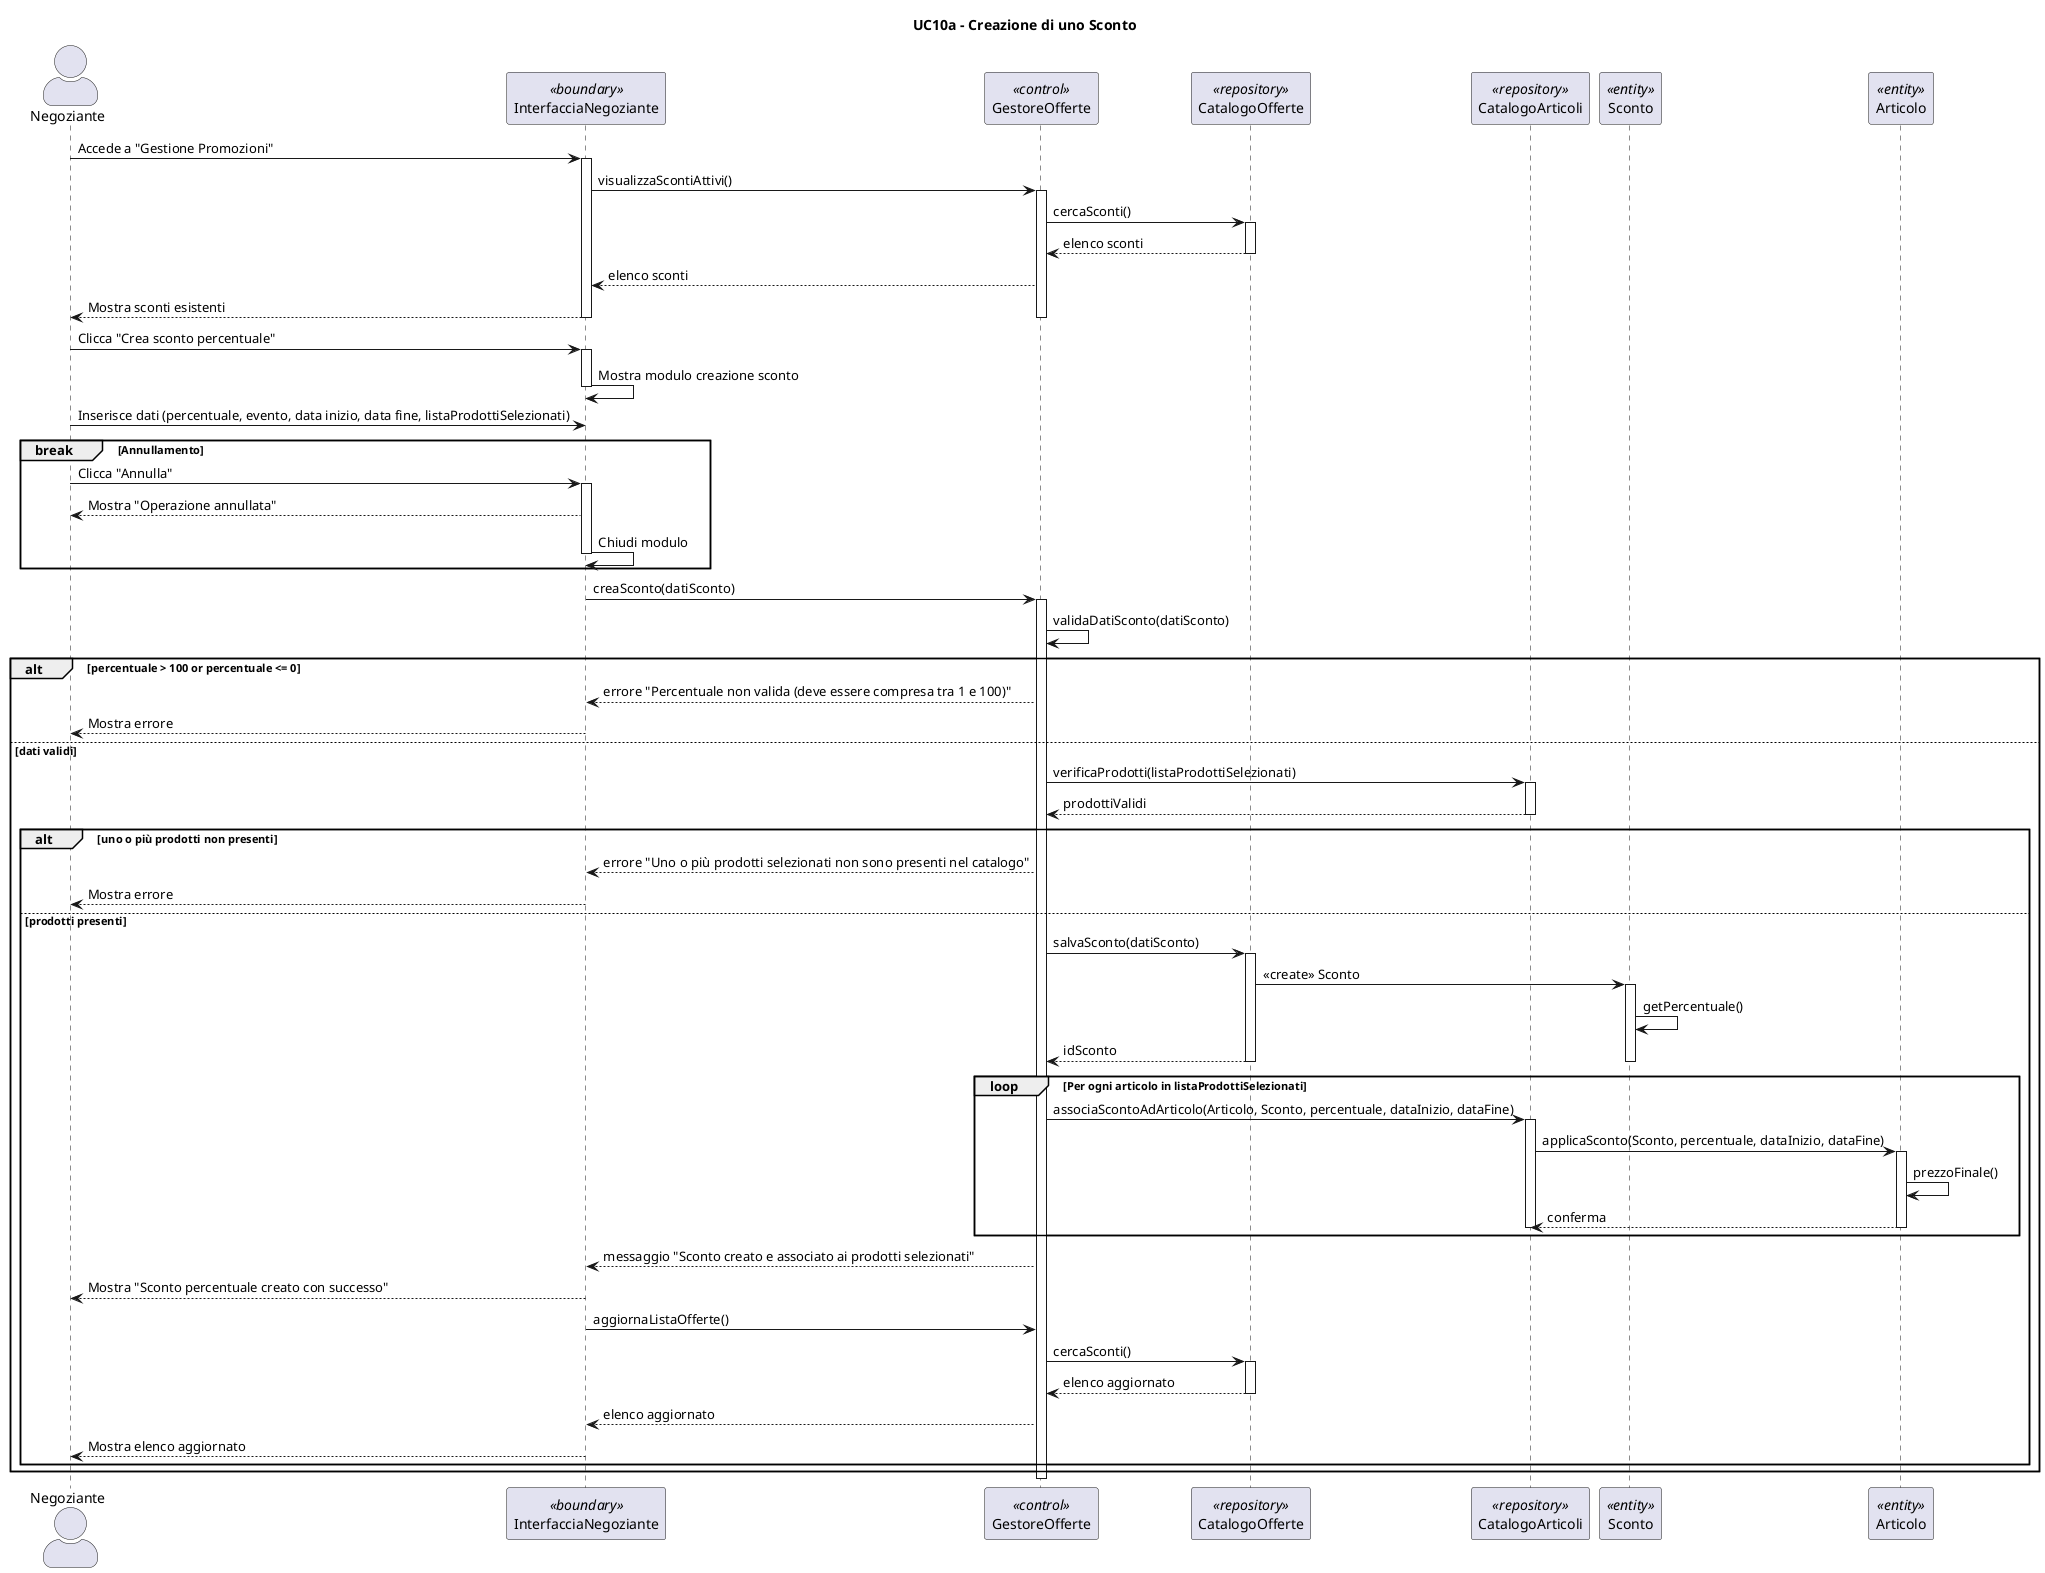
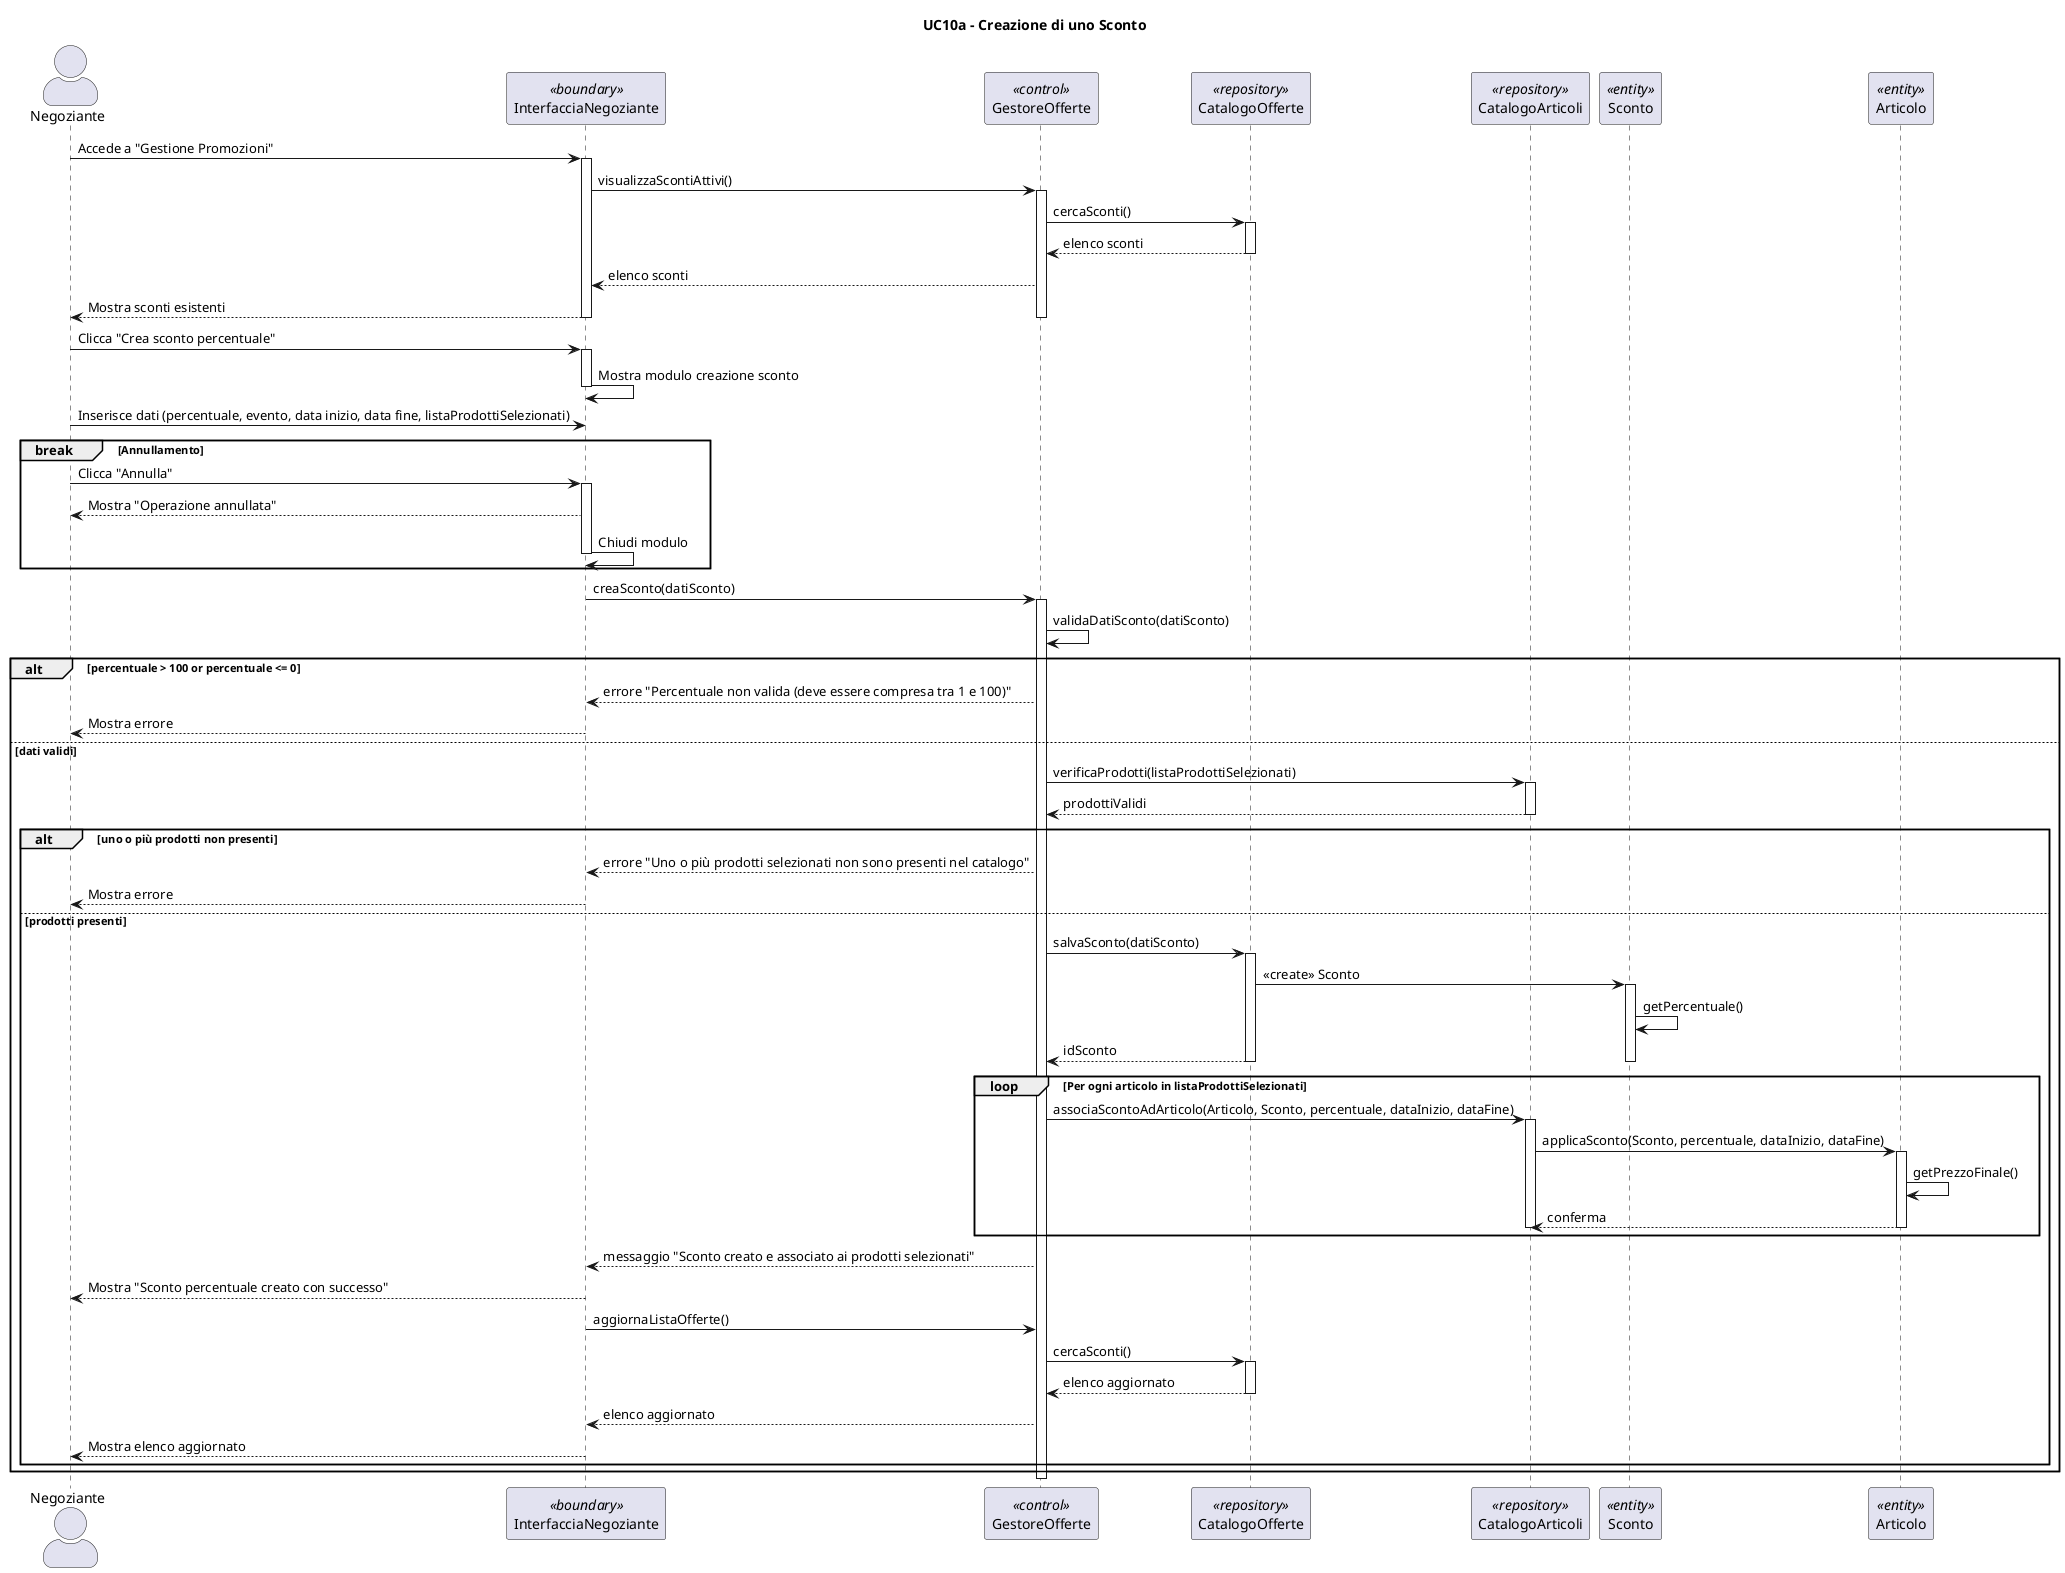
@startuml
title UC10a - Creazione di uno Sconto
skinparam actorStyle awesome

actor Negoziante as N
participant "InterfacciaNegoziante" as IN <<boundary>>
participant "GestoreOfferte" as G <<control>>
participant "CatalogoOfferte" as CS <<repository>>
participant "CatalogoArticoli" as CA <<repository>>
participant "Sconto" as Sconto <<entity>>
participant "Articolo" as Articolo <<entity>>

N -> IN: Accede a "Gestione Promozioni"
activate IN
IN -> G: visualizzaScontiAttivi()
activate G
G -> CS: cercaSconti()
activate CS
CS --> G: elenco sconti
deactivate CS
G --> IN: elenco sconti
IN --> N: Mostra sconti esistenti
deactivate G
deactivate IN

N -> IN: Clicca "Crea sconto percentuale"
activate IN
IN -> IN: Mostra modulo creazione sconto
deactivate IN
N -> IN: Inserisce dati (percentuale, evento, data inizio, data fine, listaProdottiSelezionati)

break Annullamento
    N -> IN: Clicca "Annulla"
    activate IN
    IN --> N: Mostra "Operazione annullata"
    IN -> IN: Chiudi modulo
    deactivate IN
end

activate IN
IN -> G: creaSconto(datiSconto)
activate G
G -> G: validaDatiSconto(datiSconto)

alt percentuale > 100 or percentuale <= 0
    G --> IN: errore "Percentuale non valida (deve essere compresa tra 1 e 100)"
    IN --> N: Mostra errore

else dati validi
    G -> CA: verificaProdotti(listaProdottiSelezionati)
    activate CA
    CA --> G: prodottiValidi
    deactivate CA

    alt uno o più prodotti non presenti
        G --> IN: errore "Uno o più prodotti selezionati non sono presenti nel catalogo"
        IN --> N: Mostra errore

    else prodotti presenti
        G -> CS: salvaSconto(datiSconto)
        activate CS
        CS -> Sconto: <<create>> Sconto
        activate Sconto
        Sconto -> Sconto : getPercentuale()
        CS --> G: idSconto
        deactivate Sconto
        deactivate CS


        loop Per ogni articolo in listaProdottiSelezionati
            G -> CA: associaScontoAdArticolo(Articolo, Sconto, percentuale, dataInizio, dataFine)
            activate CA
            CA -> Articolo: applicaSconto(Sconto, percentuale, dataInizio, dataFine)
            activate Articolo
-             Articolo -> Articolo: prezzoFinale()
+             Articolo -> Articolo: getPrezzoFinale()
            Articolo --> CA: conferma
            deactivate Articolo
            deactivate CA
        end

        G --> IN: messaggio "Sconto creato e associato ai prodotti selezionati"
        IN --> N: Mostra "Sconto percentuale creato con successo"

        IN -> G: aggiornaListaOfferte()
        G -> CS: cercaSconti()
        activate CS
        CS --> G: elenco aggiornato
        deactivate CS
        G --> IN: elenco aggiornato
        IN --> N: Mostra elenco aggiornato
    end
end

deactivate G
deactivate IN
@enduml